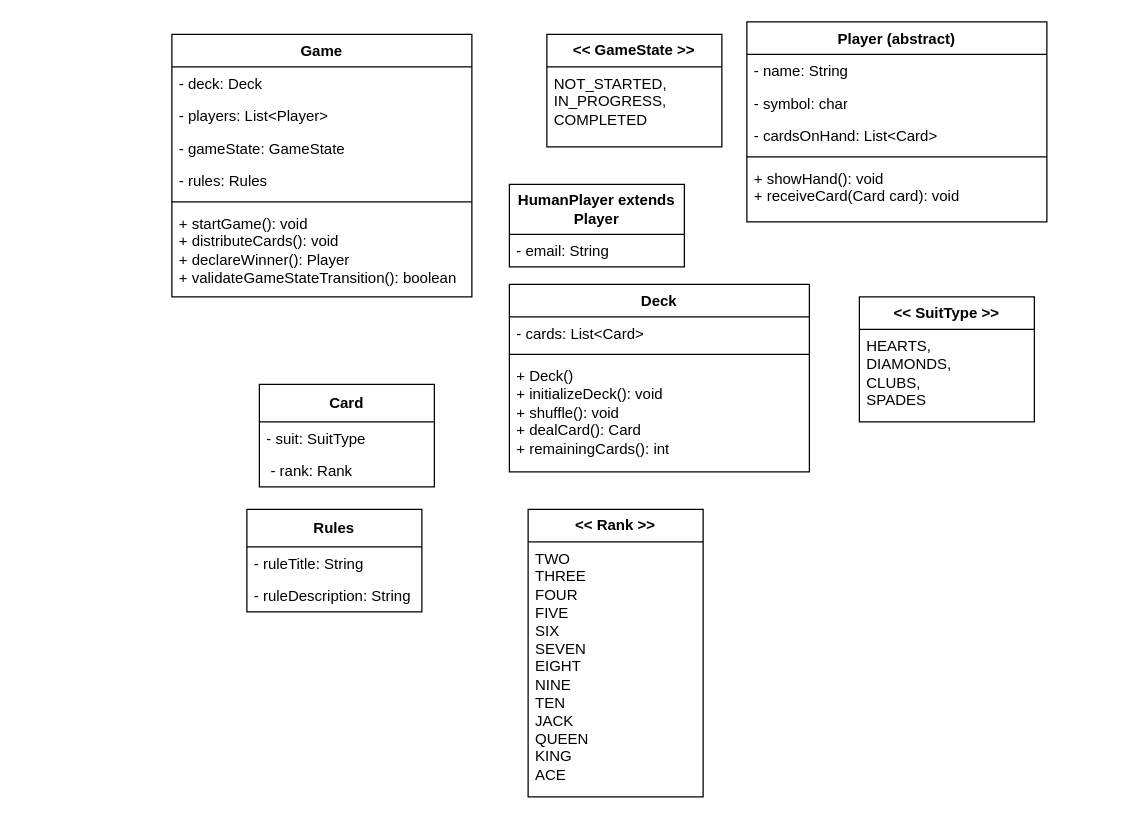
This is Card-Game.drawio from geeky-sanjay/Schema, a draw.io file, before an edit. Source tidied: cells renumbered, new cells numbered last; positions are measured from the earlier drawing's top-left corner, leaving out a move shared by most shapes. Both pictures are drawn from the tidied source at 125%, with x=0, y=0 at pixel (171, 21).
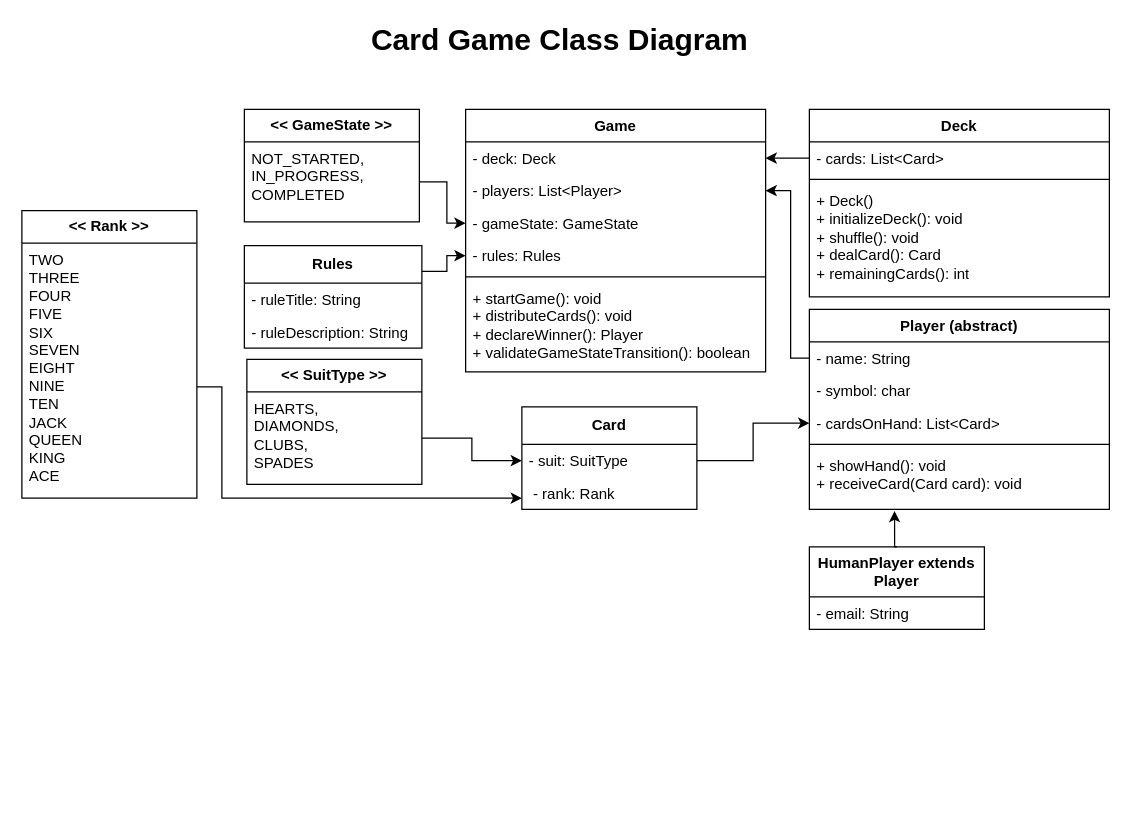
Above is the later version.

Unchanged cells that the change refers to:
```xml
<mxCell id="3" value="- deck: Deck" style="text;strokeColor=none;fillColor=none;align=left;verticalAlign=top;spacingLeft=4;spacingRight=4;overflow=hidden;points=[[0,0.5],[1,0.5]];portConstraint=eastwest;whiteSpace=wrap;html=1;" parent="2" vertex="1">
  <mxGeometry y="26" width="240" height="26" as="geometry" />
</mxCell>
<mxCell id="4" value="- players: List&amp;lt;Player&amp;gt;" style="text;strokeColor=none;fillColor=none;align=left;verticalAlign=top;spacingLeft=4;spacingRight=4;overflow=hidden;points=[[0,0.5],[1,0.5]];portConstraint=eastwest;whiteSpace=wrap;html=1;" parent="2" vertex="1">
  <mxGeometry y="52" width="240" height="26" as="geometry" />
</mxCell>
<mxCell id="5" value="- gameState: GameState" style="text;strokeColor=none;fillColor=none;align=left;verticalAlign=top;spacingLeft=4;spacingRight=4;overflow=hidden;points=[[0,0.5],[1,0.5]];portConstraint=eastwest;whiteSpace=wrap;html=1;" parent="2" vertex="1">
  <mxGeometry y="78" width="240" height="26" as="geometry" />
</mxCell>
<mxCell id="6" value="- rules: Rules" style="text;strokeColor=none;fillColor=none;align=left;verticalAlign=top;spacingLeft=4;spacingRight=4;overflow=hidden;points=[[0,0.5],[1,0.5]];portConstraint=eastwest;whiteSpace=wrap;html=1;" parent="2" vertex="1">
  <mxGeometry y="104" width="240" height="26" as="geometry" />
</mxCell>
<mxCell id="10" value="NOT_STARTED, IN_PROGRESS,&lt;br&gt;COMPLETED" style="text;strokeColor=none;fillColor=none;align=left;verticalAlign=top;spacingLeft=4;spacingRight=4;overflow=hidden;points=[[0,0.5],[1,0.5]];portConstraint=eastwest;whiteSpace=wrap;html=1;" parent="9" vertex="1">
  <mxGeometry y="26" width="140" height="64" as="geometry" />
</mxCell>
<mxCell id="12" value="- name: String" style="text;strokeColor=none;fillColor=none;align=left;verticalAlign=top;spacingLeft=4;spacingRight=4;overflow=hidden;points=[[0,0.5],[1,0.5]];portConstraint=eastwest;whiteSpace=wrap;html=1;" parent="11" vertex="1">
  <mxGeometry y="26" width="240" height="26" as="geometry" />
</mxCell>
<mxCell id="14" value="- cardsOnHand: List&amp;lt;Card&amp;gt;" style="text;strokeColor=none;fillColor=none;align=left;verticalAlign=top;spacingLeft=4;spacingRight=4;overflow=hidden;points=[[0,0.5],[1,0.5]];portConstraint=eastwest;whiteSpace=wrap;html=1;" parent="11" vertex="1">
  <mxGeometry y="78" width="240" height="26" as="geometry" />
</mxCell>
<mxCell id="16" value="&lt;div&gt;&lt;span style=&quot;font-size: 12px;&quot;&gt;+ showHand(): void&lt;/span&gt;&lt;/div&gt;&lt;div&gt;&lt;span style=&quot;font-size: 12px;&quot;&gt;+ receiveCard(Card card): void&lt;/span&gt;&lt;/div&gt;" style="text;strokeColor=none;fillColor=none;align=left;verticalAlign=top;spacingLeft=4;spacingRight=4;overflow=hidden;points=[[0,0.5],[1,0.5]];portConstraint=eastwest;whiteSpace=wrap;html=1;" parent="11" vertex="1">
  <mxGeometry y="112" width="240" height="48" as="geometry" />
</mxCell>
<mxCell id="20" value="- cards: List&amp;lt;Card&amp;gt;" style="text;strokeColor=none;fillColor=none;align=left;verticalAlign=top;spacingLeft=4;spacingRight=4;overflow=hidden;points=[[0,0.5],[1,0.5]];portConstraint=eastwest;whiteSpace=wrap;html=1;" parent="19" vertex="1">
  <mxGeometry y="26" width="240" height="26" as="geometry" />
</mxCell>
<mxCell id="24" value="&lt;div&gt;&lt;span style=&quot;font-size: 12px;&quot;&gt;- suit: SuitType&amp;nbsp;&lt;/span&gt;&lt;/div&gt;" style="text;strokeColor=none;fillColor=none;align=left;verticalAlign=top;spacingLeft=4;spacingRight=4;overflow=hidden;points=[[0,0.5],[1,0.5]];portConstraint=eastwest;whiteSpace=wrap;html=1;" parent="23" vertex="1">
  <mxGeometry y="30" width="140" height="26" as="geometry" />
</mxCell>
<mxCell id="27" value="&lt;div&gt;&lt;span style=&quot;font-size: 12px;&quot;&gt;HEARTS,&lt;/span&gt;&lt;/div&gt;&lt;div&gt;&lt;span style=&quot;font-size: 12px;&quot;&gt;DIAMONDS,&amp;nbsp;&lt;/span&gt;&lt;/div&gt;&lt;div&gt;&lt;span style=&quot;font-size: 12px;&quot;&gt;CLUBS,&lt;/span&gt;&lt;/div&gt;&lt;div&gt;&lt;span style=&quot;font-size: 12px;&quot;&gt;SPADES&lt;/span&gt;&lt;/div&gt;" style="text;strokeColor=none;fillColor=none;align=left;verticalAlign=top;spacingLeft=4;spacingRight=4;overflow=hidden;points=[[0,0.5],[1,0.5]];portConstraint=eastwest;whiteSpace=wrap;html=1;" parent="26" vertex="1">
  <mxGeometry y="26" width="140" height="74" as="geometry" />
</mxCell>
```

The edit, as a diff of the source:
```diff
@@
     <mxCell id="2" value="Game" style="swimlane;fontStyle=1;align=center;verticalAlign=top;horizontal=1;startSize=26;whiteSpace=wrap;html=1;" parent="1" vertex="1">
-      <mxGeometry y="10" width="240" height="210" as="geometry" />
+      <mxGeometry x="235" y="70" width="240" height="210" as="geometry" />
     </mxCell>
@@
     <mxCell id="9" value="&lt;b&gt;&amp;lt;&amp;lt; GameState &amp;gt;&amp;gt;&lt;/b&gt;" style="swimlane;fontStyle=0;horizontal=1;startSize=26;fillColor=none;whiteSpace=wrap;html=1;" parent="1" vertex="1">
-      <mxGeometry x="300" y="10" width="140" height="90" as="geometry" />
+      <mxGeometry x="58" y="70" width="140" height="90" as="geometry" />
     </mxCell>
@@
     <mxCell id="11" value="Player (abstract)" style="swimlane;fontStyle=1;align=center;verticalAlign=top;horizontal=1;startSize=26;whiteSpace=wrap;html=1;" parent="1" vertex="1">
-      <mxGeometry x="460" width="240" height="160" as="geometry" />
+      <mxGeometry x="510" y="230" width="240" height="160" as="geometry" />
     </mxCell>
@@
     <mxCell id="17" value="&lt;b&gt;HumanPlayer extends Player&lt;/b&gt;" style="swimlane;fontStyle=0;horizontal=1;startSize=40;fillColor=none;whiteSpace=wrap;html=1;" parent="1" vertex="1">
-      <mxGeometry x="270" y="130" width="140" height="66" as="geometry" />
+      <mxGeometry x="510" y="420" width="140" height="66" as="geometry" />
     </mxCell>
@@
     <mxCell id="19" value="Deck" style="swimlane;fontStyle=1;align=center;verticalAlign=top;horizontal=1;startSize=26;whiteSpace=wrap;html=1;" parent="1" vertex="1">
-      <mxGeometry x="270" y="210" width="240" height="150" as="geometry" />
+      <mxGeometry x="510" y="70" width="240" height="150" as="geometry" />
     </mxCell>
@@
     <mxCell id="23" value="&lt;span style=&quot;font-size: 12px;&quot;&gt;&lt;b&gt;Card&lt;/b&gt;&lt;/span&gt;" style="swimlane;fontStyle=0;horizontal=1;startSize=30;fillColor=none;whiteSpace=wrap;html=1;" parent="1" vertex="1">
-      <mxGeometry x="70" y="290" width="140" height="82" as="geometry" />
+      <mxGeometry x="280" y="308" width="140" height="82" as="geometry" />
     </mxCell>
@@
     <mxCell id="26" value="&lt;b&gt;&amp;lt;&amp;lt; &lt;/b&gt;&lt;span style=&quot;font-size: 12px;&quot;&gt;&lt;b&gt;SuitType &lt;/b&gt;&lt;/span&gt;&lt;b&gt;&amp;gt;&amp;gt;&lt;/b&gt;" style="swimlane;fontStyle=0;horizontal=1;startSize=26;fillColor=none;whiteSpace=wrap;html=1;" parent="1" vertex="1">
-      <mxGeometry x="550" y="220" width="140" height="100" as="geometry" />
+      <mxGeometry x="60" y="270" width="140" height="100" as="geometry" />
     </mxCell>
@@
     <mxCell id="28" value="&lt;b&gt;&amp;lt;&amp;lt;&amp;nbsp;&lt;/b&gt;&lt;span style=&quot;font-size: 12px;&quot;&gt;&lt;b&gt;Rank &lt;/b&gt;&lt;/span&gt;&lt;b&gt;&amp;gt;&amp;gt;&lt;/b&gt;" style="swimlane;fontStyle=0;horizontal=1;startSize=26;fillColor=none;whiteSpace=wrap;html=1;" parent="1" vertex="1">
-      <mxGeometry x="285" y="390" width="140" height="230" as="geometry" />
+      <mxGeometry x="-120" y="151" width="140" height="230" as="geometry" />
     </mxCell>
@@
+    <mxCell id="33" style="edgeStyle=orthogonalEdgeStyle;rounded=0;jettySize=auto;html=1;exitX=1;exitY=0.25;exitDx=0;exitDy=0;" parent="1" edge="1" source="30" target="6">
+      <mxGeometry relative="1" as="geometry" />
+    </mxCell>
     <mxCell id="30" value="&lt;span style=&quot;font-size: 12px;&quot;&gt;&lt;b&gt;Rules&lt;/b&gt;&lt;/span&gt;" style="swimlane;fontStyle=0;horizontal=1;startSize=30;fillColor=none;whiteSpace=wrap;html=1;" parent="1" vertex="1">
-      <mxGeometry x="60" y="390" width="140" height="82" as="geometry" />
+      <mxGeometry x="58" y="179" width="142" height="82" as="geometry" />
     </mxCell>
     <mxCell id="31" value="&lt;span style=&quot;font-size: 12px;&quot;&gt;- ruleTitle: String&lt;/span&gt;" style="text;strokeColor=none;fillColor=none;align=left;verticalAlign=top;spacingLeft=4;spacingRight=4;overflow=hidden;whiteSpace=wrap;html=1;" parent="30" vertex="1">
-      <mxGeometry y="30" width="140" height="26" as="geometry" />
+      <mxGeometry y="30" width="142" height="26" as="geometry" />
     </mxCell>
     <mxCell id="32" value="&lt;span style=&quot;font-size: 12px;&quot;&gt;- ruleDescription: String&lt;/span&gt;" style="text;strokeColor=none;fillColor=none;align=left;verticalAlign=top;spacingLeft=4;spacingRight=4;overflow=hidden;whiteSpace=wrap;html=1;" parent="30" vertex="1">
-      <mxGeometry y="56" width="140" height="26" as="geometry" />
+      <mxGeometry y="56" width="142" height="26" as="geometry" />
     </mxCell>
+    <mxCell id="34" style="edgeStyle=orthogonalEdgeStyle;rounded=0;jettySize=auto;html=1;exitX=0;exitY=0.5;exitDx=0;exitDy=0;entryX=1;entryY=0.5;entryDx=0;entryDy=0;" parent="1" edge="1" source="20" target="3">
+      <mxGeometry relative="1" as="geometry" />
+    </mxCell>
+    <mxCell id="35" style="edgeStyle=orthogonalEdgeStyle;rounded=0;jettySize=auto;html=1;exitX=0;exitY=0.5;exitDx=0;exitDy=0;entryX=1;entryY=0.5;entryDx=0;entryDy=0;" parent="1" edge="1" source="12" target="4">
+      <mxGeometry relative="1" as="geometry">
+        <Array as="points">
+          <mxPoint x="495" y="269" />
+          <mxPoint x="495" y="135" />
+        </Array>
+      </mxGeometry>
+    </mxCell>
+    <mxCell id="36" style="edgeStyle=orthogonalEdgeStyle;rounded=0;jettySize=auto;html=1;exitX=1;exitY=0.5;exitDx=0;exitDy=0;entryX=0;entryY=0.5;entryDx=0;entryDy=0;" parent="1" edge="1" source="10" target="5">
+      <mxGeometry relative="1" as="geometry">
+        <Array as="points">
+          <mxPoint x="220" y="128" />
+          <mxPoint x="220" y="161" />
+        </Array>
+      </mxGeometry>
+    </mxCell>
+    <mxCell id="37" style="edgeStyle=orthogonalEdgeStyle;rounded=0;jettySize=auto;html=1;exitX=0.5;exitY=0;exitDx=0;exitDy=0;entryX=0.284;entryY=1.028;entryDx=0;entryDy=0;entryPerimeter=0;" parent="1" edge="1" source="17" target="16">
+      <mxGeometry relative="1" as="geometry" />
+    </mxCell>
+    <mxCell id="38" style="edgeStyle=orthogonalEdgeStyle;rounded=0;jettySize=auto;html=1;exitX=1;exitY=0.5;exitDx=0;exitDy=0;entryX=0;entryY=0.5;entryDx=0;entryDy=0;" parent="1" edge="1" source="24" target="14">
+      <mxGeometry relative="1" as="geometry" />
+    </mxCell>
+    <mxCell id="39" style="edgeStyle=orthogonalEdgeStyle;rounded=0;jettySize=auto;html=1;exitX=1;exitY=0.5;exitDx=0;exitDy=0;entryX=0;entryY=0.5;entryDx=0;entryDy=0;" parent="1" edge="1" source="27" target="24">
+      <mxGeometry relative="1" as="geometry" />
+    </mxCell>
+    <mxCell id="40" style="edgeStyle=orthogonalEdgeStyle;rounded=0;orthogonalLoop=1;jettySize=auto;html=1;exitX=1;exitY=0.5;exitDx=0;exitDy=0;entryX=0;entryY=0.5;entryDx=0;entryDy=0;" parent="1" edge="1">
+      <mxGeometry relative="1" as="geometry">
+        <mxPoint x="20" y="292" as="sourcePoint" />
+        <mxPoint x="280" y="381" as="targetPoint" />
+        <Array as="points">
+          <mxPoint x="40" y="292" />
+          <mxPoint x="40" y="381" />
+        </Array>
+      </mxGeometry>
+    </mxCell>
+    <mxCell id="41" value="&lt;font style=&quot;font-size: 24px;&quot;&gt;Card Game Class Diagram&lt;/font&gt;" style="text;align=center;fontStyle=1;verticalAlign=middle;spacingLeft=3;spacingRight=3;strokeColor=none;html=1;" parent="1" vertex="1">
+      <mxGeometry x="120" y="2" width="380" height="26" as="geometry" />
+    </mxCell>
```
